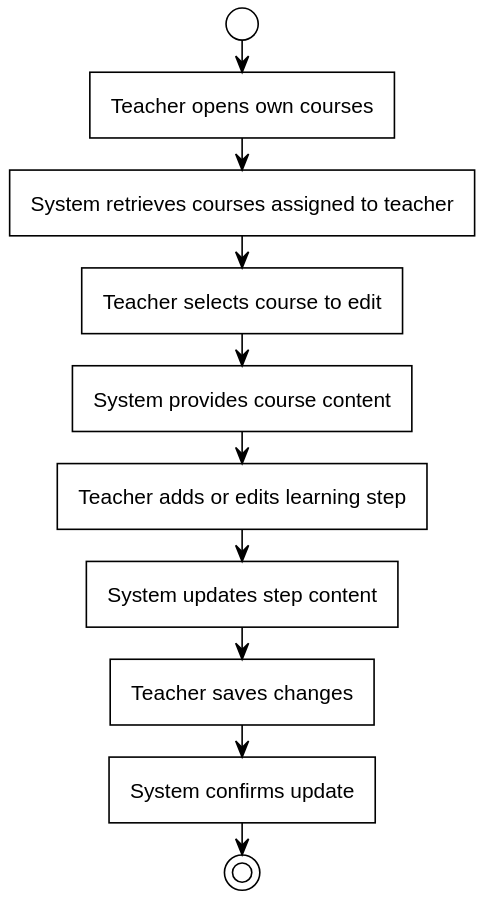
Above: out/Analysis/ActivityDIagrams/TeacherManagement/TeacherManagement.svg in SEPCheesecakeFactory/SEP3 (PlantUML), before the change. Source of this version:
```plantuml
@startuml
!include https://raw.githubusercontent.com/fredoslav2004/MinimalThemePUML/refs/heads/main/minimal-theme.puml
start
:Teacher opens own courses;
:System retrieves courses assigned to teacher;
:Teacher selects course to edit;
:System provides course content;
:Teacher adds or edits learning step;
:System updates step content;
:Teacher saves changes;
:System confirms update;
stop
@enduml
```
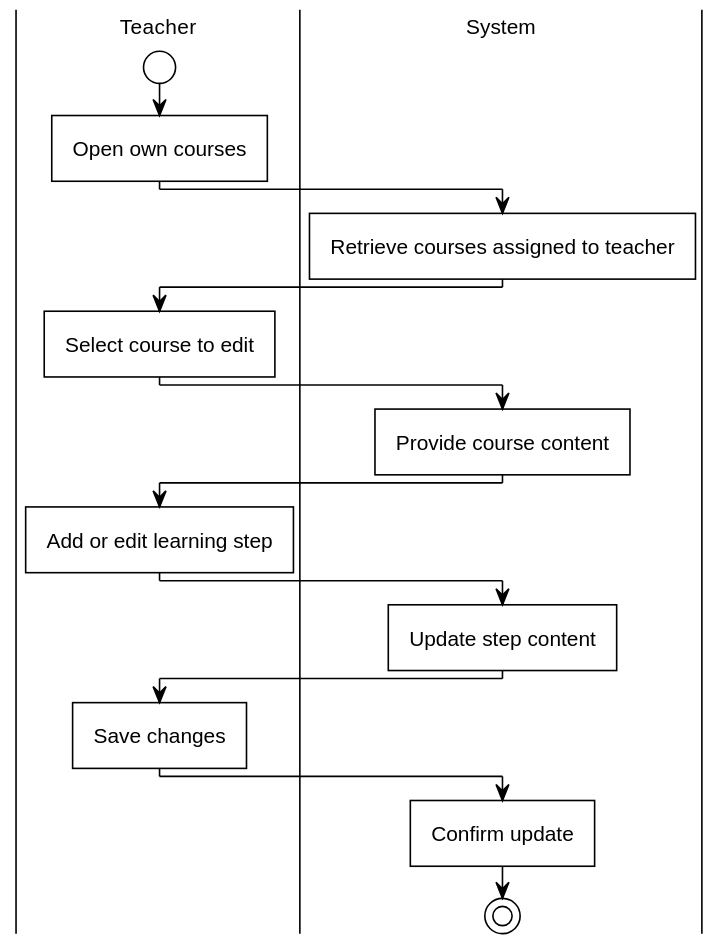
After the change.

Diff of the diagram source:
```diff
@@ -1,13 +1,21 @@
 @startuml
 !include https://raw.githubusercontent.com/fredoslav2004/MinimalThemePUML/refs/heads/main/minimal-theme.puml
+|Teacher|
 start
-:Teacher opens own courses;
-:System retrieves courses assigned to teacher;
-:Teacher selects course to edit;
-:System provides course content;
-:Teacher adds or edits learning step;
-:System updates step content;
-:Teacher saves changes;
-:System confirms update;
+:Open own courses;
+|System|
+:Retrieve courses assigned to teacher;
+|Teacher|
+:Select course to edit;
+|System|
+:Provide course content;
+|Teacher|
+:Add or edit learning step;
+|System|
+:Update step content;
+|Teacher|
+:Save changes;
+|System|
+:Confirm update;
 stop
 @enduml
```
